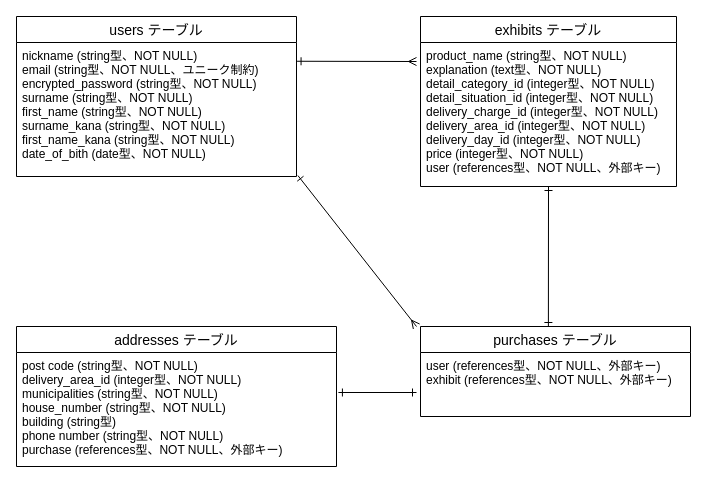
This is furima.dio from oomasayuki/furima-38200, a draw.io file, before an edit. Source tidied: cells renumbered, new cells numbered last; positions are measured from the earlier drawing's top-left corner, leaving out a move shared by most shapes. Both pictures are drawn from the tidied source at 100%, with x=0, y=0 at pixel (16, 16).
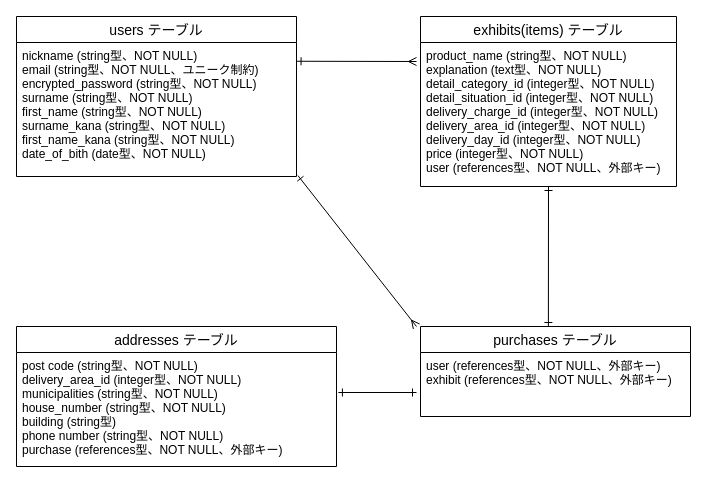
The same diagram, later.

What changed in the source:
```diff
@@
 <mxGraphModel>
   <root>
     <mxCell id="0" />
     <mxCell id="1" parent="0" />
     <mxCell id="2" value="users テーブル" style="swimlane;fontStyle=0;horizontal=1;startSize=26;align=center;fontSize=14;" parent="1" vertex="1">
       <mxGeometry width="280" height="160" as="geometry" />
     </mxCell>
     <mxCell id="3" value="nickname (string型、NOT NULL)&#10;email (string型、NOT NULL、ユニーク制約)&#10;encrypted_password (string型、NOT NULL)&#10;surname (string型、NOT NULL)&#10;first_name (string型、NOT NULL)&#10;surname_kana (string型、NOT NULL)&#10;first_name_kana (string型、NOT NULL)&#10;date_of_bith (date型、NOT NULL)&#10;" style="text;strokeColor=none;fillColor=none;spacingLeft=4;spacingRight=4;overflow=hidden;points=[[0,0.5],[1,0.5]];portConstraint=eastwest;fontSize=12;" parent="2" vertex="1">
       <mxGeometry y="26" width="280" height="134" as="geometry" />
     </mxCell>
-    <mxCell id="4" value="exhibits テーブル" style="swimlane;fontStyle=0;horizontal=1;startSize=26;align=center;fontSize=14;" parent="1" vertex="1">
+    <mxCell id="4" value="exhibits(items) テーブル" style="swimlane;fontStyle=0;horizontal=1;startSize=26;align=center;fontSize=14;" parent="1" vertex="1">
       <mxGeometry x="404" width="256" height="170" as="geometry" />
     </mxCell>
     <mxCell id="5" value="product_name (string型、NOT NULL)&#10;explanation (text型、NOT NULL)&#10;detail_category_id (integer型、NOT NULL)&#10;detail_situation_id (integer型、NOT NULL)&#10;delivery_charge_id (integer型、NOT NULL)&#10;delivery_area_id (integer型、NOT NULL)&#10;delivery_day_id (integer型、NOT NULL)&#10;price (integer型、NOT NULL)&#10;user (references型、NOT NULL、外部キー)" style="text;strokeColor=none;fillColor=none;spacingLeft=4;spacingRight=4;overflow=hidden;fontSize=12;" parent="4" vertex="1">
       <mxGeometry y="26" width="256" height="144" as="geometry" />
     </mxCell>
     <mxCell id="6" value="addresses テーブル" style="swimlane;fontStyle=0;horizontal=1;startSize=26;align=center;fontSize=14;" parent="1" vertex="1">
       <mxGeometry y="310" width="320" height="140" as="geometry" />
     </mxCell>
     <mxCell id="7" value="post code (string型、NOT NULL)&#10;delivery_area_id (integer型、NOT NULL)&#10;municipalities (string型、NOT NULL)&#10;house_number (string型、NOT NULL)&#10;building (string型)&#10;phone number (string型、NOT NULL)&#10;purchase (references型、NOT NULL、外部キー)" style="text;strokeColor=none;fillColor=none;spacingLeft=4;spacingRight=4;overflow=hidden;points=[[0,0.5],[1,0.5]];portConstraint=eastwest;fontSize=12;" parent="6" vertex="1">
       <mxGeometry y="26" width="320" height="114" as="geometry" />
     </mxCell>
     <mxCell id="8" style="edgeStyle=none;html=1;exitX=1.002;exitY=0.14;exitDx=0;exitDy=0;endArrow=ERmany;endFill=0;startArrow=ERone;startFill=0;exitPerimeter=0;" parent="1" edge="1" source="3">
       <mxGeometry relative="1" as="geometry">
         <mxPoint x="400" y="45" as="targetPoint" />
       </mxGeometry>
     </mxCell>
     <mxCell id="9" value="purchases テーブル" style="swimlane;fontStyle=0;horizontal=1;startSize=26;align=center;fontSize=14;" parent="1" vertex="1">
       <mxGeometry x="404" y="310" width="270" height="90" as="geometry" />
     </mxCell>
     <mxCell id="10" value="user (references型、NOT NULL、外部キー)&#10;exhibit (references型、NOT NULL、外部キー)" style="text;strokeColor=none;fillColor=none;spacingLeft=4;spacingRight=4;overflow=hidden;fontSize=12;" parent="9" vertex="1">
       <mxGeometry y="26" width="270" height="64" as="geometry" />
     </mxCell>
     <mxCell id="11" style="edgeStyle=none;html=1;startArrow=ERone;startFill=0;endArrow=ERone;endFill=0;exitX=0.5;exitY=0;exitDx=0;exitDy=0;" parent="1" edge="1">
       <mxGeometry relative="1" as="geometry">
         <mxPoint x="531.9" y="310" as="sourcePoint" />
         <mxPoint x="532" y="170" as="targetPoint" />
       </mxGeometry>
     </mxCell>
     <mxCell id="12" style="edgeStyle=none;html=1;startArrow=ERmany;startFill=0;endArrow=ERone;endFill=0;entryX=1.005;entryY=0.993;entryDx=0;entryDy=0;entryPerimeter=0;" parent="1" edge="1" target="3">
       <mxGeometry relative="1" as="geometry">
         <mxPoint x="400" y="310" as="sourcePoint" />
       </mxGeometry>
     </mxCell>
     <mxCell id="13" style="edgeStyle=none;html=1;startArrow=ERone;startFill=0;endArrow=ERone;endFill=0;entryX=1.006;entryY=0.351;entryDx=0;entryDy=0;entryPerimeter=0;" parent="1" edge="1" target="7">
       <mxGeometry relative="1" as="geometry">
         <mxPoint x="400" y="376" as="sourcePoint" />
       </mxGeometry>
     </mxCell>
   </root>
 </mxGraphModel>
```
